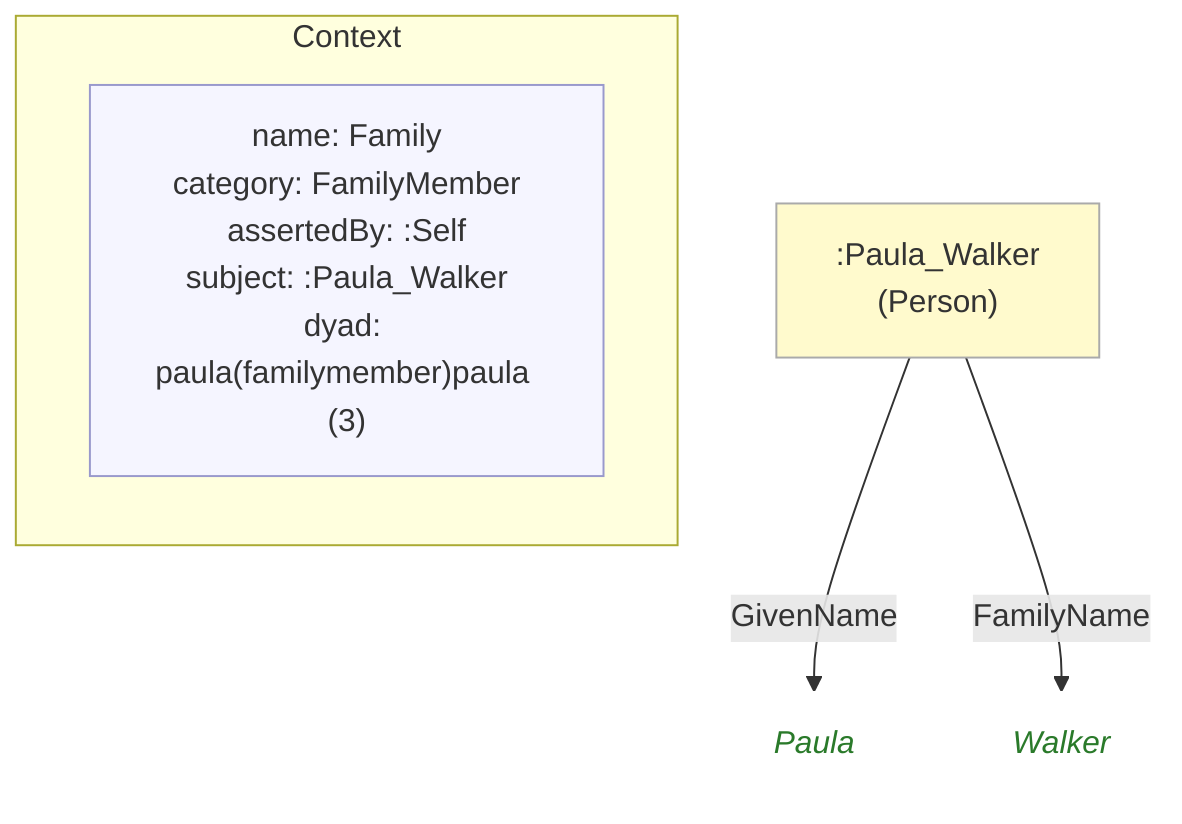
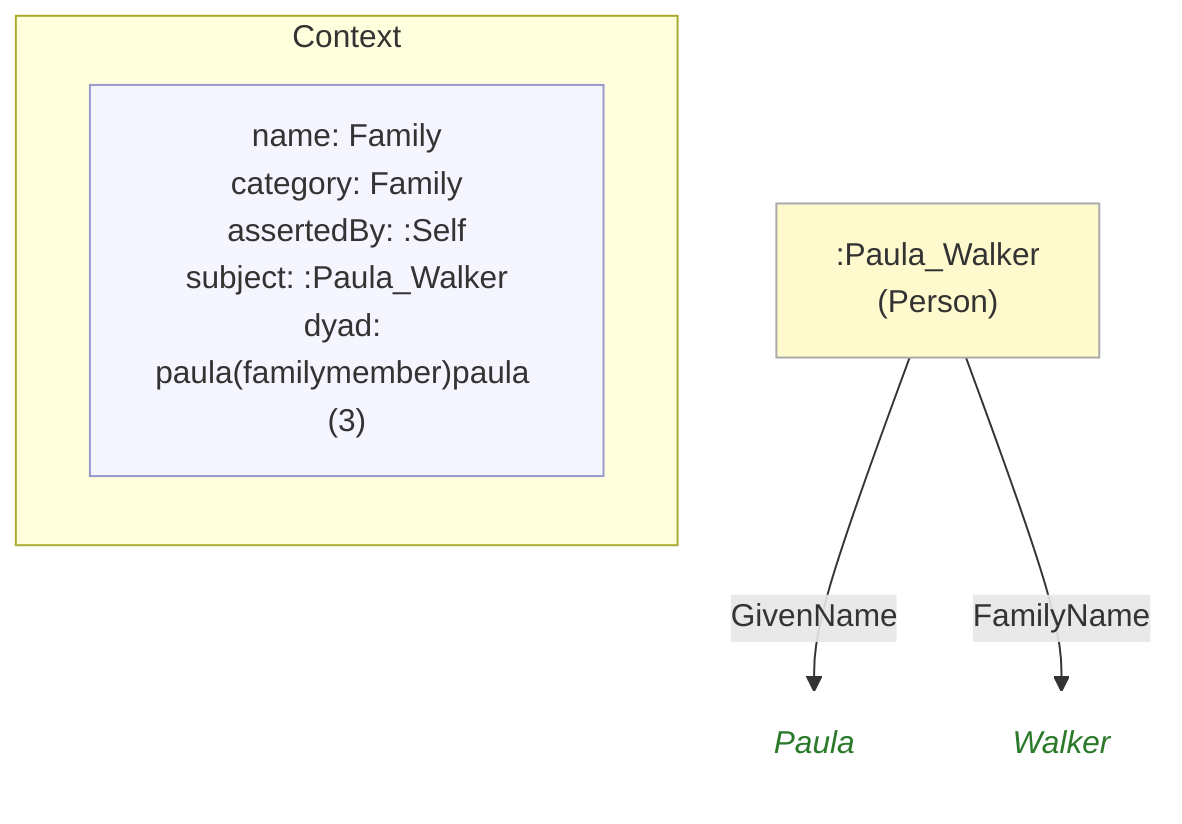
- %% ContextCategory: context:FamilyMember
+ %% ContextCategory: context:Family
flowchart TD
    classDef person fill:#fffacd,stroke:#aaa,color:#333
    classDef grp    fill:#d4edda,stroke:#aaa,color:#333
    classDef org    fill:#cce5ff,stroke:#aaa,color:#333
    classDef lit    fill:none,stroke:none,font-style:italic,color:#2a7a2a
    classDef meta   fill:#f5f5ff,stroke:#9999cc,color:#333

    subgraph ctx["Context"]
        direction LR
-         ctx_meta["name: Family\ncategory: FamilyMember\nassertedBy: :Self\nsubject: :Paula_Walker\ndyad: paula(familymember)paula (3)"]:::meta
+         ctx_meta["name: Family\ncategory: Family\nassertedBy: :Self\nsubject: :Paula_Walker\ndyad: paula(familymember)paula (3)"]:::meta
    end

    nf4296ab13de4[":Paula_Walker\n(Person)"]:::person
-     n80cfbc8a171f("Paula"):::lit
-     nf805b31afe73("Walker"):::lit
+     n1f0144dcad59("Paula"):::lit
+     n8e001d696ab5("Walker"):::lit

-     nf4296ab13de4 -->|"GivenName"| n80cfbc8a171f
-     nf4296ab13de4 -->|"FamilyName"| nf805b31afe73
+     nf4296ab13de4 -->|"GivenName"| n1f0144dcad59
+     nf4296ab13de4 -->|"FamilyName"| n8e001d696ab5
